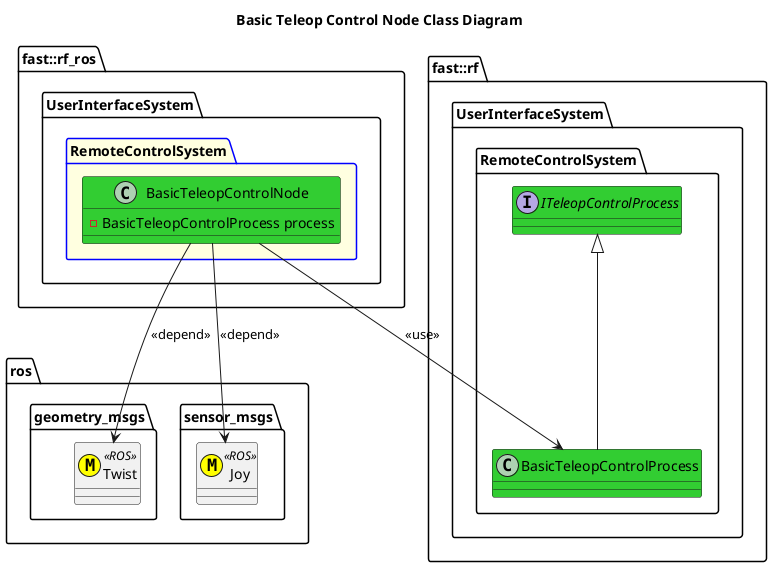
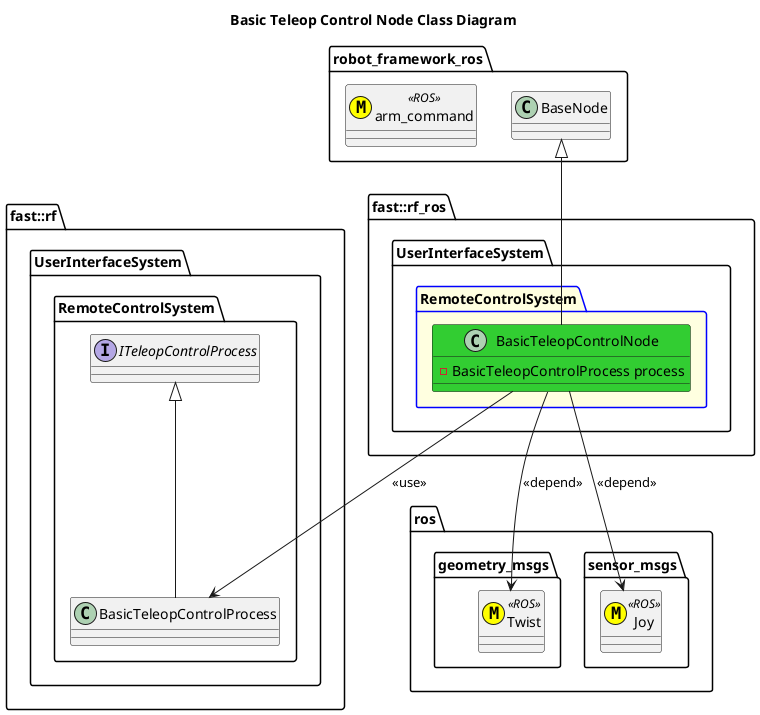
@startuml
title Basic Teleop Control Node Class Diagram

namespace ros {
  namespace geometry_msgs {
    class Twist <<(M,#FFFF00)>> <<ROS>>
  }
  namespace sensor_msgs {
    class Joy <<(M,#FFFF00)>> <<ROS>>
  }
}
+ namespace robot_framework_ros {
+     class BaseNode
+     class arm_command <<(M,#FFFF00)>> <<ROS>>
+ }
namespace fast::rf {
    namespace UserInterfaceSystem {
        namespace RemoteControlSystem {
-             interface ITeleopControlProcess #LimeGreen {}
-             class BasicTeleopControlProcess #LimeGreen {}
+             interface ITeleopControlProcess
+             class BasicTeleopControlProcess
            BasicTeleopControlProcess -up-|> ITeleopControlProcess
        }
    }
}
namespace fast::rf_ros {
   namespace UserInterfaceSystem {
        package RemoteControlSystem #LightYellow;line:blue {
            class BasicTeleopControlNode #LimeGreen {
                -BasicTeleopControlProcess process
            }
+             BasicTeleopControlNode -up-|> BaseNode
            BasicTeleopControlNode --> BasicTeleopControlProcess: <<use>>
            BasicTeleopControlNode --> Twist: <<depend>>
            BasicTeleopControlNode --> Joy: <<depend>>
        }
    }
}
@enduml
